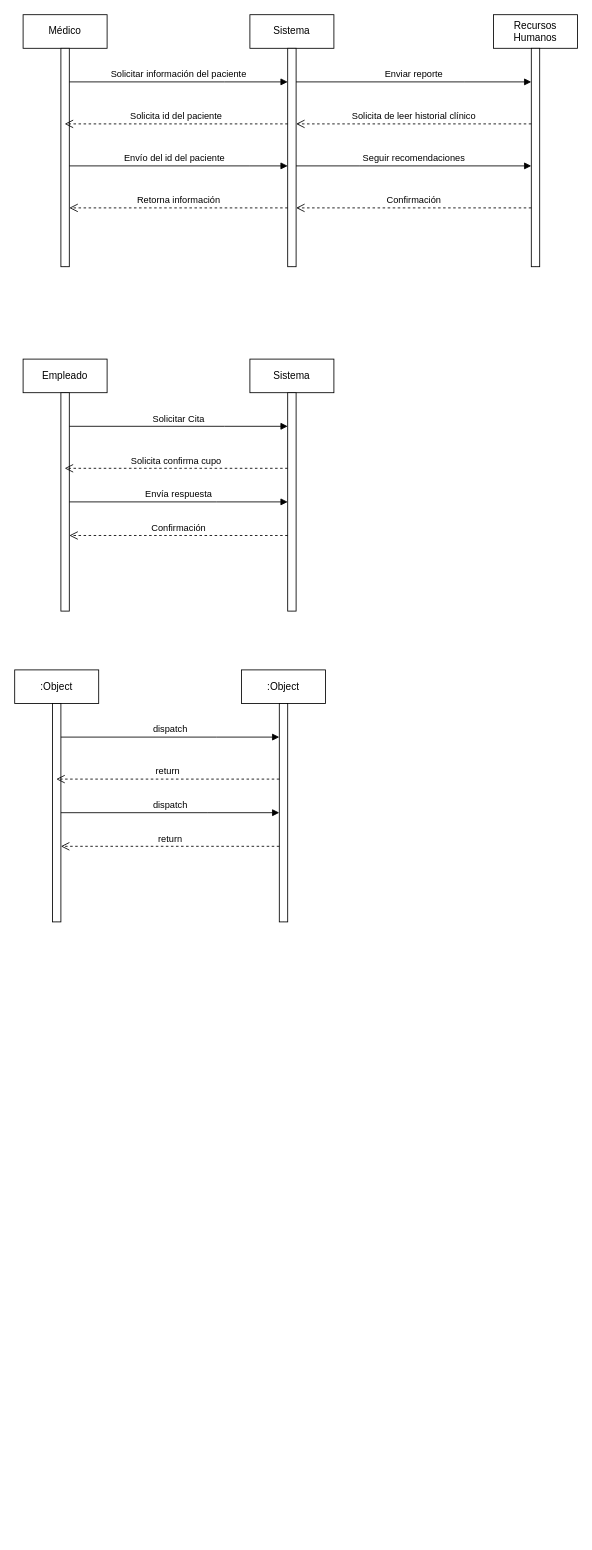
Before: page "Secuencia" (3 of 4) of ProyectoING.Softwarell/CasosdeUso.drawio in ElJason/Draw_Diagramas, a draw.io diagram. Source tidied: cells renumbered, new cells numbered last; positions are measured from the earlier drawing's top-left corner, leaving out a move shared by most shapes. Both pictures are drawn from the tidied source at 84%, with x=0, y=0 at pixel (14, 14).
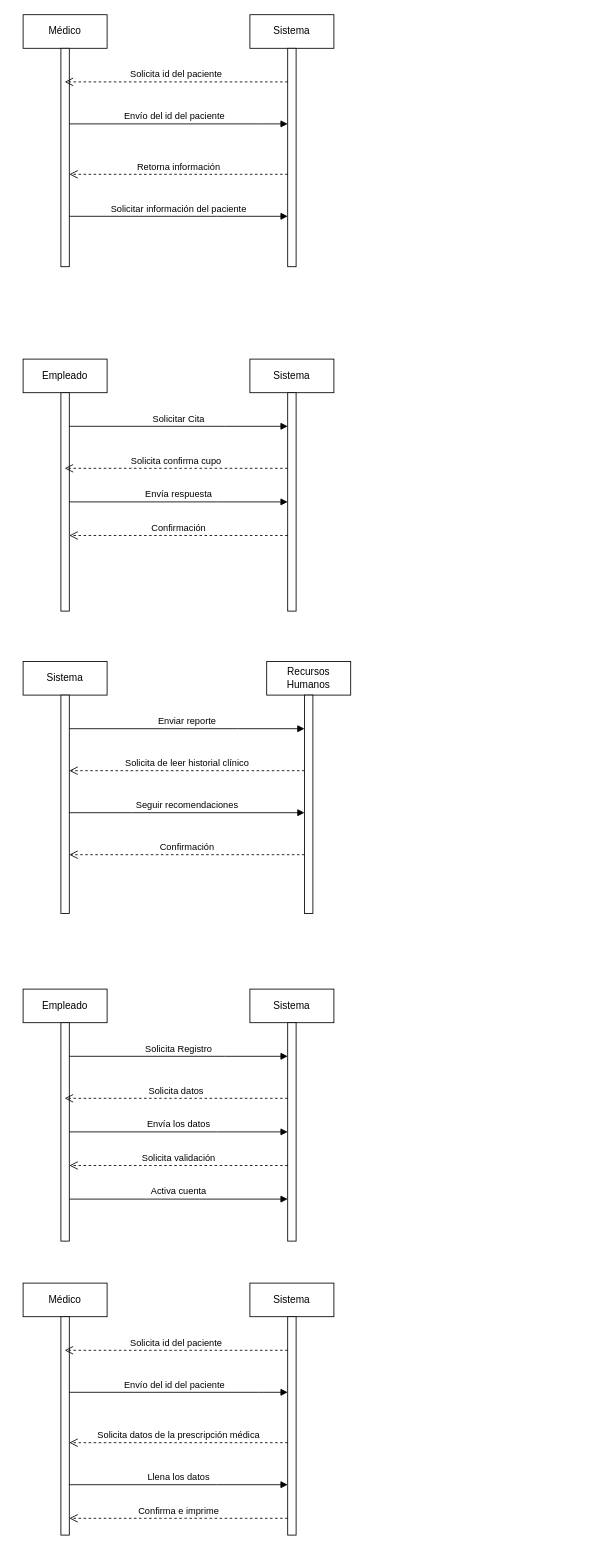
After the change.

The change refers to these unchanged cells:
```xml
<mxCell id="2" value="Médico" style="shape=umlLifeline;perimeter=lifelinePerimeter;whiteSpace=wrap;html=1;outlineConnect=0;portConstraint=eastwest;newEdgeStyle={&quot;edgeStyle&quot;:&quot;elbowEdgeStyle&quot;,&quot;elbow&quot;:&quot;vertical&quot;,&quot;curved&quot;:0,&quot;rounded&quot;:0};" parent="1" vertex="1">
  <mxGeometry x="10" width="100" height="300" as="geometry" />
</mxCell>
<mxCell id="3" style="html=1;points=[];perimeter=orthogonalPerimeter;outlineConnect=0;targetShapes=umlLifeline;portConstraint=eastwest;newEdgeStyle={&quot;edgeStyle&quot;:&quot;elbowEdgeStyle&quot;,&quot;elbow&quot;:&quot;vertical&quot;,&quot;curved&quot;:0,&quot;rounded&quot;:0};" parent="2" vertex="1">
  <mxGeometry x="45" y="40" width="10" height="260" as="geometry" />
</mxCell>
<mxCell id="5" style="html=1;points=[];perimeter=orthogonalPerimeter;outlineConnect=0;targetShapes=umlLifeline;portConstraint=eastwest;newEdgeStyle={&quot;edgeStyle&quot;:&quot;elbowEdgeStyle&quot;,&quot;elbow&quot;:&quot;vertical&quot;,&quot;curved&quot;:0,&quot;rounded&quot;:0};" parent="4" vertex="1">
  <mxGeometry x="45" y="40" width="10" height="260" as="geometry" />
</mxCell>
<mxCell id="19" style="html=1;points=[];perimeter=orthogonalPerimeter;outlineConnect=0;targetShapes=umlLifeline;portConstraint=eastwest;newEdgeStyle={&quot;edgeStyle&quot;:&quot;elbowEdgeStyle&quot;,&quot;elbow&quot;:&quot;vertical&quot;,&quot;curved&quot;:0,&quot;rounded&quot;:0};" parent="18" vertex="1">
  <mxGeometry x="45" y="40" width="10" height="260" as="geometry" />
</mxCell>
<mxCell id="21" style="html=1;points=[];perimeter=orthogonalPerimeter;outlineConnect=0;targetShapes=umlLifeline;portConstraint=eastwest;newEdgeStyle={&quot;edgeStyle&quot;:&quot;elbowEdgeStyle&quot;,&quot;elbow&quot;:&quot;vertical&quot;,&quot;curved&quot;:0,&quot;rounded&quot;:0};" parent="20" vertex="1">
  <mxGeometry x="45" y="40" width="10" height="260" as="geometry" />
</mxCell>
```

Change to the diagram source:
```diff
@@
     <mxCell id="6" value="Solicitar información del paciente" style="html=1;verticalAlign=bottom;endArrow=block;edgeStyle=elbowEdgeStyle;elbow=vertical;curved=0;rounded=0;" parent="1" edge="1" source="3" target="5">
       <mxGeometry relative="1" as="geometry">
         <Array as="points">
+          <mxPoint x="240" y="240" />
+          <mxPoint x="190" y="270" />
+          <mxPoint x="280" y="180" />
+          <mxPoint x="220" y="170" />
+          <mxPoint x="200" y="160" />
           <mxPoint x="250" y="80" />
         </Array>
       </mxGeometry>
     </mxCell>
     <mxCell id="7" value="Solicita id del paciente" style="html=1;verticalAlign=bottom;endArrow=open;dashed=1;endSize=8;edgeStyle=elbowEdgeStyle;elbow=vertical;curved=0;rounded=0;" parent="1" edge="1" source="5" target="2">
       <mxGeometry relative="1" as="geometry">
         <Array as="points">
+          <mxPoint x="260" y="80" />
+          <mxPoint x="290" y="90" />
+          <mxPoint x="270" y="110" />
           <mxPoint x="220" y="130" />
         </Array>
       </mxGeometry>
     </mxCell>
     <mxCell id="8" value="Envío del id del paciente" style="html=1;verticalAlign=bottom;endArrow=block;edgeStyle=elbowEdgeStyle;elbow=vertical;curved=0;rounded=0;" parent="1" edge="1" source="3" target="5">
       <mxGeometry x="-0.04" relative="1" as="geometry">
         <Array as="points">
+          <mxPoint x="290" y="130" />
+          <mxPoint x="220" y="120" />
+          <mxPoint x="210" y="50" />
+          <mxPoint x="250" y="180" />
           <mxPoint x="280" y="180" />
           <mxPoint x="240" y="170" />
           <mxPoint x="260" y="160" />
         </Array>
       </mxGeometry>
     </mxCell>
     <mxCell id="9" value="Retorna información" style="html=1;verticalAlign=bottom;endArrow=open;dashed=1;endSize=8;edgeStyle=elbowEdgeStyle;elbow=vertical;curved=0;rounded=0;" parent="1" edge="1" source="5" target="3">
       <mxGeometry relative="1" as="geometry">
         <Array as="points">
+          <mxPoint x="270" y="190" />
+          <mxPoint x="130" y="190" />
+          <mxPoint x="110" y="180" />
+          <mxPoint x="240" y="190" />
           <mxPoint x="290" y="230" />
           <mxPoint x="260" y="220" />
           <mxPoint x="230" y="210" />
         </Array>
       </mxGeometry>
     </mxCell>
@@
-    <mxCell id="18" value=":Object" style="shape=umlLifeline;perimeter=lifelinePerimeter;whiteSpace=wrap;html=1;outlineConnect=0;portConstraint=eastwest;newEdgeStyle={&quot;edgeStyle&quot;:&quot;elbowEdgeStyle&quot;,&quot;elbow&quot;:&quot;vertical&quot;,&quot;curved&quot;:0,&quot;rounded&quot;:0};" parent="1" vertex="1">
-      <mxGeometry y="780" width="100" height="300" as="geometry" />
+    <mxCell id="18" value="Empleado" style="shape=umlLifeline;perimeter=lifelinePerimeter;whiteSpace=wrap;html=1;outlineConnect=0;portConstraint=eastwest;newEdgeStyle={&quot;edgeStyle&quot;:&quot;elbowEdgeStyle&quot;,&quot;elbow&quot;:&quot;vertical&quot;,&quot;curved&quot;:0,&quot;rounded&quot;:0};" parent="1" vertex="1">
+      <mxGeometry x="10" y="1160" width="100" height="300" as="geometry" />
     </mxCell>
@@
-    <mxCell id="20" value=":Object" style="shape=umlLifeline;perimeter=lifelinePerimeter;whiteSpace=wrap;html=1;newEdgeStyle={&quot;edgeStyle&quot;:&quot;elbowEdgeStyle&quot;,&quot;elbow&quot;:&quot;vertical&quot;,&quot;curved&quot;:0,&quot;rounded&quot;:0};" parent="1" vertex="1">
-      <mxGeometry x="270" y="780" width="100" height="300" as="geometry" />
+    <mxCell id="20" value="Sistema" style="shape=umlLifeline;perimeter=lifelinePerimeter;whiteSpace=wrap;html=1;newEdgeStyle={&quot;edgeStyle&quot;:&quot;elbowEdgeStyle&quot;,&quot;elbow&quot;:&quot;vertical&quot;,&quot;curved&quot;:0,&quot;rounded&quot;:0};" parent="1" vertex="1">
+      <mxGeometry x="280" y="1160" width="100" height="300" as="geometry" />
     </mxCell>
@@
-    <mxCell id="22" value="dispatch" style="html=1;verticalAlign=bottom;endArrow=block;edgeStyle=elbowEdgeStyle;elbow=vertical;curved=0;rounded=0;" parent="1" edge="1" source="19" target="21">
+    <mxCell id="22" value="Solicita Registro" style="html=1;verticalAlign=bottom;endArrow=block;edgeStyle=elbowEdgeStyle;elbow=vertical;curved=0;rounded=0;" parent="1" edge="1" source="19" target="21">
       <mxGeometry relative="1" as="geometry">
         <Array as="points">
-          <mxPoint x="240" y="860" />
+          <mxPoint x="250" y="1240" />
         </Array>
       </mxGeometry>
     </mxCell>
-    <mxCell id="23" value="return" style="html=1;verticalAlign=bottom;endArrow=open;dashed=1;endSize=8;edgeStyle=elbowEdgeStyle;elbow=vertical;curved=0;rounded=0;" parent="1" edge="1" source="21" target="18">
+    <mxCell id="23" value="Solicita datos" style="html=1;verticalAlign=bottom;endArrow=open;dashed=1;endSize=8;edgeStyle=elbowEdgeStyle;elbow=vertical;curved=0;rounded=0;" parent="1" edge="1" source="21" target="18">
       <mxGeometry relative="1" as="geometry">
         <Array as="points">
-          <mxPoint x="210" y="910" />
+          <mxPoint x="220" y="1290" />
         </Array>
       </mxGeometry>
     </mxCell>
-    <mxCell id="24" value="dispatch" style="html=1;verticalAlign=bottom;endArrow=block;edgeStyle=elbowEdgeStyle;elbow=vertical;curved=0;rounded=0;" parent="1" edge="1" source="19" target="21">
+    <mxCell id="24" value="Envía los datos" style="html=1;verticalAlign=bottom;endArrow=block;edgeStyle=elbowEdgeStyle;elbow=vertical;curved=0;rounded=0;" parent="1" edge="1" source="19" target="21">
       <mxGeometry relative="1" as="geometry">
         <Array as="points">
-          <mxPoint x="230" y="950" />
-          <mxPoint x="250" y="940" />
+          <mxPoint x="240" y="1330" />
+          <mxPoint x="260" y="1320" />
         </Array>
       </mxGeometry>
     </mxCell>
-    <mxCell id="25" value="return" style="html=1;verticalAlign=bottom;endArrow=open;dashed=1;endSize=8;edgeStyle=elbowEdgeStyle;elbow=vertical;curved=0;rounded=0;" parent="1" edge="1" source="21" target="19">
+    <mxCell id="25" value="Solicita validación" style="html=1;verticalAlign=bottom;endArrow=open;dashed=1;endSize=8;edgeStyle=elbowEdgeStyle;elbow=vertical;curved=0;rounded=0;" parent="1" edge="1" source="21" target="19">
       <mxGeometry relative="1" as="geometry">
         <Array as="points">
-          <mxPoint x="220" y="990" />
+          <mxPoint x="230" y="1370" />
         </Array>
       </mxGeometry>
     </mxCell>
+    <mxCell id="32" value="Sistema" style="shape=umlLifeline;perimeter=lifelinePerimeter;whiteSpace=wrap;html=1;newEdgeStyle={&quot;edgeStyle&quot;:&quot;elbowEdgeStyle&quot;,&quot;elbow&quot;:&quot;vertical&quot;,&quot;curved&quot;:0,&quot;rounded&quot;:0};" parent="1" vertex="1">
+      <mxGeometry x="10" y="770" width="100" height="300" as="geometry" />
+    </mxCell>
+    <mxCell id="33" style="html=1;points=[];perimeter=orthogonalPerimeter;outlineConnect=0;targetShapes=umlLifeline;portConstraint=eastwest;newEdgeStyle={&quot;edgeStyle&quot;:&quot;elbowEdgeStyle&quot;,&quot;elbow&quot;:&quot;vertical&quot;,&quot;curved&quot;:0,&quot;rounded&quot;:0};" parent="32" vertex="1">
+      <mxGeometry x="45" y="40" width="10" height="260" as="geometry" />
+    </mxCell>
     <mxCell id="26" value="Recursos Humanos" style="shape=umlLifeline;perimeter=lifelinePerimeter;whiteSpace=wrap;html=1;newEdgeStyle={&quot;edgeStyle&quot;:&quot;elbowEdgeStyle&quot;,&quot;elbow&quot;:&quot;vertical&quot;,&quot;curved&quot;:0,&quot;rounded&quot;:0};" parent="1" vertex="1">
-      <mxGeometry x="570" width="100" height="300" as="geometry" />
+      <mxGeometry x="300" y="770" width="100" height="300" as="geometry" />
     </mxCell>
-    <mxCell id="27" style="html=1;points=[];perimeter=orthogonalPerimeter;outlineConnect=0;targetShapes=umlLifeline;portConstraint=eastwest;newEdgeStyle={&quot;edgeStyle&quot;:&quot;elbowEdgeStyle&quot;,&quot;elbow&quot;:&quot;vertical&quot;,&quot;curved&quot;:0,&quot;rounded&quot;:0};" parent="26" vertex="1">
-      <mxGeometry x="45" y="40" width="10" height="260" as="geometry" />
-    </mxCell>
+    <mxCell id="34" style="html=1;points=[];perimeter=orthogonalPerimeter;outlineConnect=0;targetShapes=umlLifeline;portConstraint=eastwest;newEdgeStyle={&quot;edgeStyle&quot;:&quot;elbowEdgeStyle&quot;,&quot;elbow&quot;:&quot;vertical&quot;,&quot;curved&quot;:0,&quot;rounded&quot;:0};" parent="26" vertex="1">
+      <mxGeometry x="45" y="40" width="10" height="260" as="geometry" />
+    </mxCell>
-    <mxCell id="28" value="Enviar reporte" style="html=1;verticalAlign=bottom;endArrow=block;edgeStyle=elbowEdgeStyle;elbow=vertical;curved=0;rounded=0;" parent="1" edge="1" source="5" target="27">
+    <mxCell id="28" value="Enviar reporte" style="html=1;verticalAlign=bottom;endArrow=block;edgeStyle=elbowEdgeStyle;elbow=vertical;curved=0;rounded=0;" parent="1" edge="1" source="33" target="34">
       <mxGeometry relative="1" as="geometry">
         <Array as="points">
-          <mxPoint x="535" y="80" />
+          <mxPoint x="265" y="850" />
         </Array>
       </mxGeometry>
     </mxCell>
-    <mxCell id="29" value="Solicita de leer historial clínico" style="html=1;verticalAlign=bottom;endArrow=open;dashed=1;endSize=8;edgeStyle=elbowEdgeStyle;elbow=vertical;curved=0;rounded=0;" parent="1" edge="1" source="27" target="5">
+    <mxCell id="29" value="Solicita de leer historial clínico" style="html=1;verticalAlign=bottom;endArrow=open;dashed=1;endSize=8;edgeStyle=elbowEdgeStyle;elbow=vertical;curved=0;rounded=0;" parent="1" edge="1" source="34" target="33">
       <mxGeometry relative="1" as="geometry">
         <Array as="points">
-          <mxPoint x="510" y="130" />
+          <mxPoint x="240" y="900" />
         </Array>
       </mxGeometry>
     </mxCell>
-    <mxCell id="30" value="Seguir recomendaciones" style="html=1;verticalAlign=bottom;endArrow=block;edgeStyle=elbowEdgeStyle;elbow=vertical;curved=0;rounded=0;" parent="1" edge="1" source="5" target="27">
+    <mxCell id="30" value="Seguir recomendaciones" style="html=1;verticalAlign=bottom;endArrow=block;edgeStyle=elbowEdgeStyle;elbow=vertical;curved=0;rounded=0;" parent="1" edge="1" source="33" target="34">
       <mxGeometry relative="1" as="geometry">
         <Array as="points">
-          <mxPoint x="410" y="180" />
-          <mxPoint x="380" y="170" />
-          <mxPoint x="530" y="180" />
+          <mxPoint x="140" y="950" />
+          <mxPoint x="110" y="940" />
+          <mxPoint x="260" y="950" />
         </Array>
       </mxGeometry>
     </mxCell>
-    <mxCell id="31" value="Confirmación" style="html=1;verticalAlign=bottom;endArrow=open;dashed=1;endSize=8;edgeStyle=elbowEdgeStyle;elbow=vertical;curved=0;rounded=0;" parent="1" edge="1" source="27" target="5">
+    <mxCell id="31" value="Confirmación" style="html=1;verticalAlign=bottom;endArrow=open;dashed=1;endSize=8;edgeStyle=elbowEdgeStyle;elbow=vertical;curved=0;rounded=0;" parent="1" edge="1" source="34" target="33">
       <mxGeometry relative="1" as="geometry">
         <Array as="points">
-          <mxPoint x="450" y="230" />
-          <mxPoint x="410" y="220" />
-          <mxPoint x="390" y="210" />
-          <mxPoint x="505" y="230" />
+          <mxPoint x="180" y="1000" />
+          <mxPoint x="140" y="990" />
+          <mxPoint x="120" y="980" />
+          <mxPoint x="235" y="1000" />
         </Array>
       </mxGeometry>
     </mxCell>
+    <mxCell id="35" value="Activa cuenta" style="html=1;verticalAlign=bottom;endArrow=block;edgeStyle=elbowEdgeStyle;elbow=vertical;curved=0;rounded=0;" parent="1" edge="1" source="19" target="21">
+      <mxGeometry relative="1" as="geometry">
+        <Array as="points">
+          <mxPoint x="220" y="1410" />
+          <mxPoint x="245" y="1400" />
+          <mxPoint x="265" y="1390" />
+        </Array>
+      </mxGeometry>
+    </mxCell>
+    <mxCell id="36" value="Médico" style="shape=umlLifeline;perimeter=lifelinePerimeter;whiteSpace=wrap;html=1;outlineConnect=0;portConstraint=eastwest;newEdgeStyle={&quot;edgeStyle&quot;:&quot;elbowEdgeStyle&quot;,&quot;elbow&quot;:&quot;vertical&quot;,&quot;curved&quot;:0,&quot;rounded&quot;:0};" parent="1" vertex="1">
+      <mxGeometry x="10" y="1510" width="100" height="300" as="geometry" />
+    </mxCell>
+    <mxCell id="37" style="html=1;points=[];perimeter=orthogonalPerimeter;outlineConnect=0;targetShapes=umlLifeline;portConstraint=eastwest;newEdgeStyle={&quot;edgeStyle&quot;:&quot;elbowEdgeStyle&quot;,&quot;elbow&quot;:&quot;vertical&quot;,&quot;curved&quot;:0,&quot;rounded&quot;:0};" parent="36" vertex="1">
+      <mxGeometry x="45" y="40" width="10" height="260" as="geometry" />
+    </mxCell>
+    <mxCell id="38" value="Sistema" style="shape=umlLifeline;perimeter=lifelinePerimeter;whiteSpace=wrap;html=1;newEdgeStyle={&quot;edgeStyle&quot;:&quot;elbowEdgeStyle&quot;,&quot;elbow&quot;:&quot;vertical&quot;,&quot;curved&quot;:0,&quot;rounded&quot;:0};" parent="1" vertex="1">
+      <mxGeometry x="280" y="1510" width="100" height="300" as="geometry" />
+    </mxCell>
+    <mxCell id="39" style="html=1;points=[];perimeter=orthogonalPerimeter;outlineConnect=0;targetShapes=umlLifeline;portConstraint=eastwest;newEdgeStyle={&quot;edgeStyle&quot;:&quot;elbowEdgeStyle&quot;,&quot;elbow&quot;:&quot;vertical&quot;,&quot;curved&quot;:0,&quot;rounded&quot;:0};" parent="38" vertex="1">
+      <mxGeometry x="45" y="40" width="10" height="260" as="geometry" />
+    </mxCell>
+    <mxCell id="40" value="Llena los datos" style="html=1;verticalAlign=bottom;endArrow=block;edgeStyle=elbowEdgeStyle;elbow=vertical;curved=0;rounded=0;" parent="1" edge="1" source="37" target="39">
+      <mxGeometry relative="1" as="geometry">
+        <Array as="points">
+          <mxPoint x="240" y="1750" />
+          <mxPoint x="190" y="1780" />
+          <mxPoint x="280" y="1690" />
+          <mxPoint x="220" y="1680" />
+          <mxPoint x="200" y="1670" />
+          <mxPoint x="250" y="1590" />
+        </Array>
+      </mxGeometry>
+    </mxCell>
+    <mxCell id="41" value="Solicita id del paciente" style="html=1;verticalAlign=bottom;endArrow=open;dashed=1;endSize=8;edgeStyle=elbowEdgeStyle;elbow=vertical;curved=0;rounded=0;" parent="1" edge="1" source="39" target="36">
+      <mxGeometry relative="1" as="geometry">
+        <Array as="points">
+          <mxPoint x="260" y="1590" />
+          <mxPoint x="290" y="1600" />
+          <mxPoint x="270" y="1620" />
+          <mxPoint x="220" y="1640" />
+        </Array>
+      </mxGeometry>
+    </mxCell>
+    <mxCell id="42" value="Envío del id del paciente" style="html=1;verticalAlign=bottom;endArrow=block;edgeStyle=elbowEdgeStyle;elbow=vertical;curved=0;rounded=0;" parent="1" edge="1" source="37" target="39">
+      <mxGeometry x="-0.04" relative="1" as="geometry">
+        <Array as="points">
+          <mxPoint x="290" y="1640" />
+          <mxPoint x="220" y="1630" />
+          <mxPoint x="210" y="1560" />
+          <mxPoint x="250" y="1690" />
+          <mxPoint x="280" y="1690" />
+          <mxPoint x="240" y="1680" />
+          <mxPoint x="260" y="1670" />
+        </Array>
+      </mxGeometry>
+    </mxCell>
+    <mxCell id="43" value="Solicita datos de la prescripción médica" style="html=1;verticalAlign=bottom;endArrow=open;dashed=1;endSize=8;edgeStyle=elbowEdgeStyle;elbow=vertical;curved=0;rounded=0;" parent="1" edge="1" source="39" target="37">
+      <mxGeometry relative="1" as="geometry">
+        <Array as="points">
+          <mxPoint x="270" y="1700" />
+          <mxPoint x="130" y="1700" />
+          <mxPoint x="110" y="1690" />
+          <mxPoint x="240" y="1700" />
+          <mxPoint x="290" y="1740" />
+          <mxPoint x="260" y="1730" />
+          <mxPoint x="230" y="1720" />
+        </Array>
+      </mxGeometry>
+    </mxCell>
+    <mxCell id="44" value="Confirma e imprime" style="html=1;verticalAlign=bottom;endArrow=open;dashed=1;endSize=8;edgeStyle=elbowEdgeStyle;elbow=vertical;curved=0;rounded=0;" parent="1" edge="1" source="39" target="37">
+      <mxGeometry relative="1" as="geometry">
+        <Array as="points">
+          <mxPoint x="275" y="1790" />
+          <mxPoint x="135" y="1790" />
+          <mxPoint x="115" y="1780" />
+          <mxPoint x="245" y="1790" />
+          <mxPoint x="295" y="1830" />
+          <mxPoint x="265" y="1820" />
+          <mxPoint x="235" y="1810" />
+        </Array>
+      </mxGeometry>
+    </mxCell>
```
